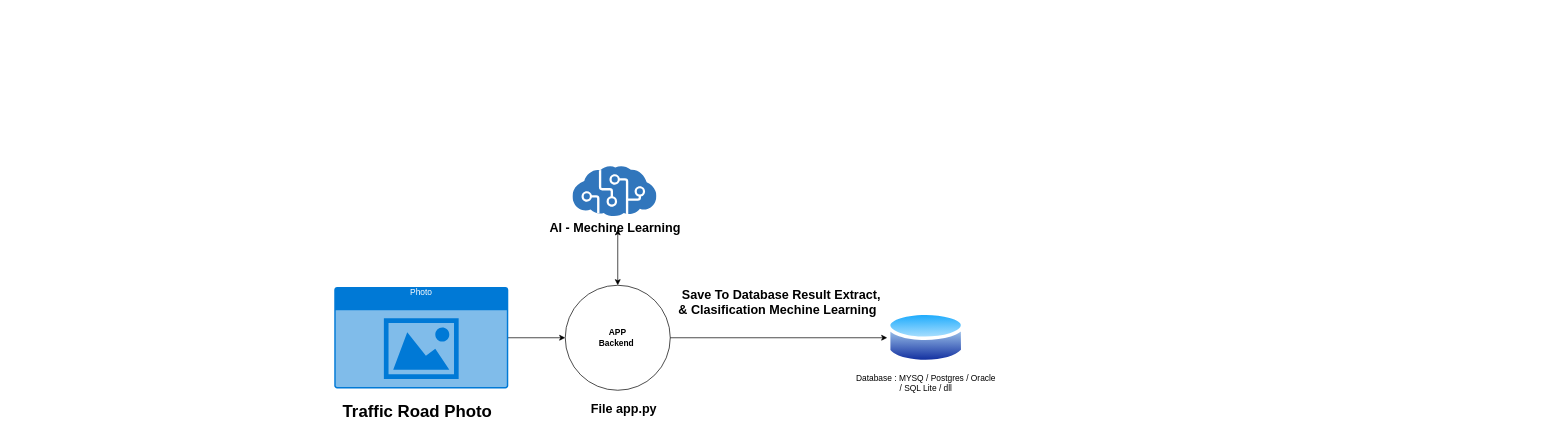
This is design/architecture.drawio from dendie-sanjaya/ai-vehicle-classification, a draw.io file, before an edit. Source tidied: cells renumbered, new cells numbered last; positions are measured from the earlier drawing's top-left corner, leaving out a move shared by most shapes. Both pictures are drawn from the tidied source at 70%, with x=0, y=0 at pixel (326, 166). Pictures stored in the file or linked from it are replaced by grey dashed boxes.
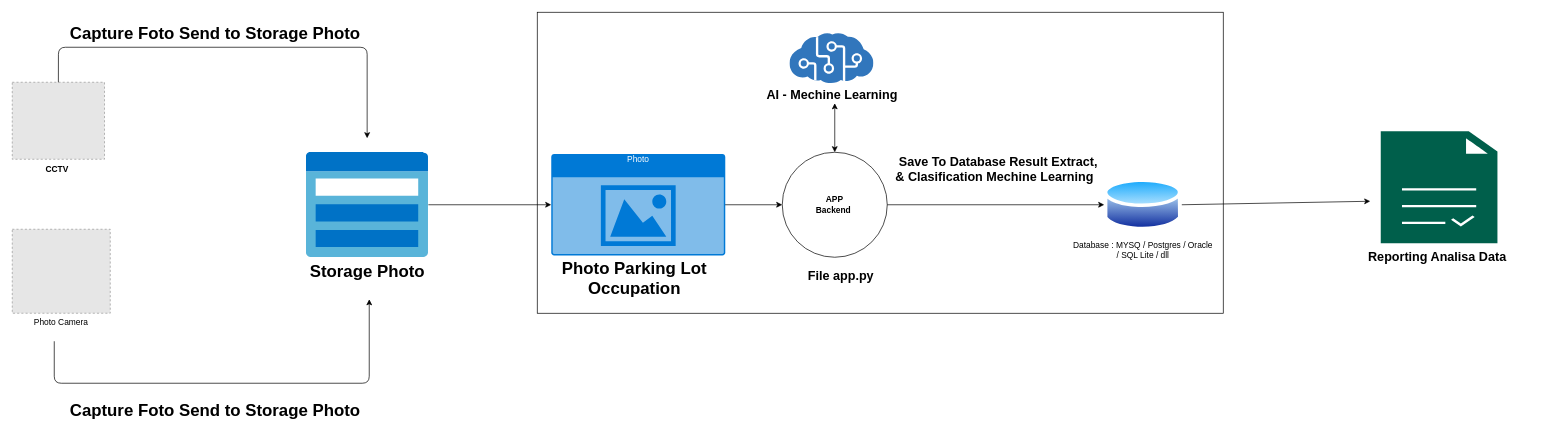
After the change.

Commit message (it also covers changes not shown here):
fix: perbaikin diagram arsitekur

What changed in the source:
```diff
@@
+    <mxCell id="12" style="group;" parent="1" vertex="1">
+      <mxGeometry x="-449" y="-220" width="2176.7" height="580" as="geometry" />
+    </mxCell>
+    <mxCell id="13" style="group;fontStyle=4;" parent="12" vertex="1">
+      <mxGeometry x="750" width="980" height="430" as="geometry" />
+    </mxCell>
+    <mxCell id="14" style="rounded=0;whiteSpace=wrap;html=1;" parent="13" vertex="1">
+      <mxGeometry width="980" height="430" as="geometry" />
+    </mxCell>
-    <mxCell id="2" value="&lt;span style=&quot;font-size: 18px&quot;&gt;&lt;b&gt;AI - Mechine Learning&lt;br&gt;&lt;/b&gt;&lt;/span&gt;" style="html=1;align=center;image;fontSize=12;image=img/lib/mscae/Cognitive_Services.svg;" parent="1" vertex="1">
-      <mxGeometry x="351.8" width="120" height="72" as="geometry" />
+    <mxCell id="2" value="&lt;span style=&quot;font-size: 18px&quot;&gt;&lt;b&gt;AI - Mechine Learning&lt;br&gt;&lt;/b&gt;&lt;/span&gt;" style="html=1;align=center;image;fontSize=12;image=img/lib/mscae/Cognitive_Services.svg;" parent="13" vertex="1">
+      <mxGeometry x="360.8" y="30" width="120" height="72" as="geometry" />
     </mxCell>
-    <mxCell id="3" value="&lt;b&gt;APP &lt;br&gt;Backend&amp;nbsp;&lt;/b&gt;" style="ellipse;whiteSpace=wrap;html=1;" parent="1" vertex="1">
-      <mxGeometry x="341" y="170" width="150" height="150" as="geometry" />
+    <mxCell id="3" value="&lt;b&gt;APP &lt;br&gt;Backend&amp;nbsp;&lt;/b&gt;" style="ellipse;whiteSpace=wrap;html=1;" parent="13" vertex="1">
+      <mxGeometry x="350" y="200" width="150" height="150" as="geometry" />
     </mxCell>
-    <mxCell id="4" style="endArrow=classic;startArrow=classic;html=1;entryX=0;entryY=0.5;entryDx=0;entryDy=0;exitX=1;exitY=0.5;exitDx=0;exitDy=0;" parent="1" edge="1" target="3">
+    <mxCell id="4" style="endArrow=classic;startArrow=classic;html=1;entryX=0;entryY=0.5;entryDx=0;entryDy=0;exitX=1;exitY=0.5;exitDx=0;exitDy=0;" parent="13" edge="1" target="3">
       <mxGeometry relative="1" as="geometry">
-        <mxPoint x="161" y="245" as="sourcePoint" />
+        <mxPoint x="170" y="275" as="sourcePoint" />
       </mxGeometry>
     </mxCell>
-    <mxCell id="5" value="Database : MYSQ / Postgres / Oracle &lt;br&gt;/ SQL Lite / dll" style="perimeter=ellipsePerimeter;html=1;align=center;shadow=0;dashed=0;spacingTop=3;image;image=img/lib/active_directory/database.svg;" parent="1" vertex="1">
-      <mxGeometry x="801" y="204" width="110.8" height="82" as="geometry" />
+    <mxCell id="5" value="Database : MYSQ / Postgres / Oracle &lt;br&gt;/ SQL Lite / dll" style="perimeter=ellipsePerimeter;html=1;align=center;shadow=0;dashed=0;spacingTop=3;image;image=img/lib/active_directory/database.svg;" parent="13" vertex="1">
+      <mxGeometry x="810" y="234" width="110.8" height="82" as="geometry" />
     </mxCell>
-    <mxCell id="6" value="Photo" style="html=1;strokeColor=none;fillColor=#0079D6;labelPosition=center;verticalLabelPosition=middle;verticalAlign=top;align=center;fontSize=12;outlineConnect=0;spacingTop=-6;fontColor=#FFFFFF;shape=mxgraph.sitemap.photo;" parent="1" vertex="1">
-      <mxGeometry x="11" y="172.5" width="248.6" height="145" as="geometry" />
+    <mxCell id="6" value="Photo" style="html=1;strokeColor=none;fillColor=#0079D6;labelPosition=center;verticalLabelPosition=middle;verticalAlign=top;align=center;fontSize=12;outlineConnect=0;spacingTop=-6;fontColor=#FFFFFF;shape=mxgraph.sitemap.photo;" parent="13" vertex="1">
+      <mxGeometry x="20" y="202.5" width="248.6" height="145" as="geometry" />
     </mxCell>
-    <mxCell id="7" value="&lt;font style=&quot;font-size: 24px&quot;&gt;Traffic Road Photo&lt;/font&gt;" style="text;html=1;strokeColor=none;fillColor=none;align=center;verticalAlign=middle;whiteSpace=wrap;rounded=0;fontStyle=1;" parent="1" vertex="1">
-      <mxGeometry x="-0.4" y="340" width="260" height="20" as="geometry" />
+    <mxCell id="7" value="&lt;span style=&quot;font-size: 24px&quot;&gt;Photo Parking Lot Occupation&lt;/span&gt;" style="text;html=1;strokeColor=none;fillColor=none;align=center;verticalAlign=middle;whiteSpace=wrap;rounded=0;fontStyle=1;" parent="13" vertex="1">
+      <mxGeometry x="8.6" y="370" width="260" height="20" as="geometry" />
     </mxCell>
-    <mxCell id="8" value="&lt;div style=&quot;text-align: center&quot;&gt;&lt;font face=&quot;helvetica&quot;&gt;&lt;span style=&quot;font-size: 18px ; background-color: rgb(255 , 255 , 255)&quot;&gt;&lt;b&gt;File app.py&lt;/b&gt;&lt;/span&gt;&lt;/font&gt;&lt;/div&gt;" style="text;whiteSpace=wrap;html=1;" parent="1" vertex="1">
-      <mxGeometry x="376" y="330" width="115" height="30" as="geometry" />
+    <mxCell id="8" value="&lt;div style=&quot;text-align: center&quot;&gt;&lt;font face=&quot;helvetica&quot;&gt;&lt;span style=&quot;font-size: 18px ; background-color: rgb(255 , 255 , 255)&quot;&gt;&lt;b&gt;File app.py&lt;/b&gt;&lt;/span&gt;&lt;/font&gt;&lt;/div&gt;" style="text;whiteSpace=wrap;html=1;" parent="13" vertex="1">
+      <mxGeometry x="385" y="360" width="115" height="30" as="geometry" />
     </mxCell>
-    <mxCell id="9" style="endArrow=classic;html=1;entryX=0;entryY=0.5;entryDx=0;entryDy=0;exitX=1;exitY=0.5;exitDx=0;exitDy=0;" parent="1" edge="1" source="3" target="5">
+    <mxCell id="9" style="endArrow=classic;html=1;entryX=0;entryY=0.5;entryDx=0;entryDy=0;exitX=1;exitY=0.5;exitDx=0;exitDy=0;" parent="13" edge="1" source="3" target="5">
       <mxGeometry relative="1" as="geometry" />
     </mxCell>
-    <mxCell id="10" value="&lt;font style=&quot;font-size: 18px&quot;&gt;&amp;nbsp;Save To Database Result Extract, &lt;br&gt;&amp;amp; Clasification Mechine Learning&amp;nbsp;&lt;/font&gt;" style="text;html=1;strokeColor=none;fillColor=none;align=left;verticalAlign=middle;whiteSpace=wrap;rounded=0;fontStyle=1;" parent="1" vertex="1">
-      <mxGeometry x="501" y="150" width="320.2" height="90" as="geometry" />
+    <mxCell id="10" value="&lt;font style=&quot;font-size: 18px&quot;&gt;&amp;nbsp;Save To Database Result Extract, &lt;br&gt;&amp;amp; Clasification Mechine Learning&amp;nbsp;&lt;/font&gt;" style="text;html=1;strokeColor=none;fillColor=none;align=left;verticalAlign=middle;whiteSpace=wrap;rounded=0;fontStyle=1;" parent="13" vertex="1">
+      <mxGeometry x="510" y="180" width="320.2" height="90" as="geometry" />
     </mxCell>
-    <mxCell id="11" style="endArrow=classic;startArrow=classic;html=1;exitX=0.5;exitY=0;exitDx=0;exitDy=0;" parent="1" edge="1" source="3">
+    <mxCell id="11" style="endArrow=classic;startArrow=classic;html=1;exitX=0.5;exitY=0;exitDx=0;exitDy=0;" parent="13" edge="1" source="3">
       <mxGeometry relative="1" as="geometry">
-        <mxPoint x="416" y="90" as="targetPoint" />
+        <mxPoint x="425" y="130" as="targetPoint" />
       </mxGeometry>
     </mxCell>
+    <mxCell id="15" value="CCTV " style="fillColor=#E6E6E6;strokeColor=#999999;dashed=1;verticalLabelPosition=bottom;labelBackgroundColor=#ffffff;verticalAlign=top;fontStyle=1;" parent="12" vertex="1">
+      <mxGeometry y="100" width="131.8" height="110" as="geometry" />
+    </mxCell>
+    <mxCell id="16" value="Photo Camera" style="fillColor=#E6E6E6;strokeColor=#999999;dashed=1;verticalLabelPosition=bottom;labelBackgroundColor=#ffffff;verticalAlign=top;" parent="12" vertex="1">
+      <mxGeometry y="310" width="140" height="120" as="geometry" />
+    </mxCell>
+    <mxCell id="17" value="&lt;font style=&quot;font-size: 24px&quot;&gt;&lt;b&gt;Storage Photo&lt;/b&gt;&lt;/font&gt;" style="html=1;points=[];align=center;image;fontSize=12;image=img/lib/mscae/ClassicStorage.svg;" parent="12" vertex="1">
+      <mxGeometry x="420" y="200" width="174.4" height="150" as="geometry" />
+    </mxCell>
+    <mxCell id="18" style="endArrow=classic;html=1;exitX=0.5;exitY=0;exitDx=0;exitDy=0;" parent="12" edge="1" source="15">
+      <mxGeometry relative="1" as="geometry">
+        <mxPoint x="507" y="180" as="targetPoint" />
+        <Array as="points">
+          <mxPoint x="66" y="50" />
+          <mxPoint x="507" y="50" />
+        </Array>
+      </mxGeometry>
+    </mxCell>
+    <mxCell id="19" style="endArrow=classic;html=1;" parent="12" edge="1">
+      <mxGeometry relative="1" as="geometry">
+        <mxPoint x="60" y="470" as="sourcePoint" />
+        <mxPoint x="510" y="410" as="targetPoint" />
+        <Array as="points">
+          <mxPoint x="60" y="530" />
+          <mxPoint x="510" y="530" />
+        </Array>
+      </mxGeometry>
+    </mxCell>
+    <mxCell id="20" style="endArrow=classic;html=1;entryX=0;entryY=0.5;entryDx=0;entryDy=0;entryPerimeter=0;" parent="12" edge="1" source="17" target="6">
+      <mxGeometry relative="1" as="geometry" />
+    </mxCell>
+    <mxCell id="21" value="&lt;font style=&quot;font-size: 24px&quot;&gt;Capture Foto Send to Storage Photo&lt;/font&gt;" style="text;html=1;strokeColor=none;fillColor=none;align=center;verticalAlign=middle;whiteSpace=wrap;rounded=0;fontStyle=1;" parent="12" vertex="1">
+      <mxGeometry x="70" y="20" width="440" height="20" as="geometry" />
+    </mxCell>
+    <mxCell id="22" value="&lt;font style=&quot;font-size: 24px&quot;&gt;Capture Foto Send to Storage Photo&lt;/font&gt;" style="text;html=1;strokeColor=none;fillColor=none;align=center;verticalAlign=middle;whiteSpace=wrap;rounded=0;fontStyle=1;" parent="12" vertex="1">
+      <mxGeometry x="70" y="560" width="440" height="20" as="geometry" />
+    </mxCell>
+    <mxCell id="23" style="group;" parent="12" vertex="1">
+      <mxGeometry x="1900" y="170" width="276.7" height="190" as="geometry" />
+    </mxCell>
+    <mxCell id="24" style="shadow=0;dashed=0;html=1;strokeColor=none;fillColor=#005F4B;labelPosition=center;verticalLabelPosition=bottom;verticalAlign=top;align=center;shape=mxgraph.veeam2.report;" parent="23" vertex="1">
+      <mxGeometry x="55" width="166.7" height="160" as="geometry" />
+    </mxCell>
+    <mxCell id="25" value="&lt;font style=&quot;font-size: 18px&quot;&gt;Reporting Analisa Data&amp;nbsp;&lt;/font&gt;" style="text;html=1;strokeColor=none;fillColor=none;align=center;verticalAlign=middle;whiteSpace=wrap;rounded=0;fontStyle=1;" parent="23" vertex="1">
+      <mxGeometry y="170" width="276.7" height="20" as="geometry" />
+    </mxCell>
+    <mxCell id="26" style="endArrow=classic;html=1;exitX=1;exitY=0.5;exitDx=0;exitDy=0;" parent="12" edge="1" source="5">
+      <mxGeometry relative="1" as="geometry">
+        <mxPoint x="1940" y="270" as="targetPoint" />
+      </mxGeometry>
+    </mxCell>
```
